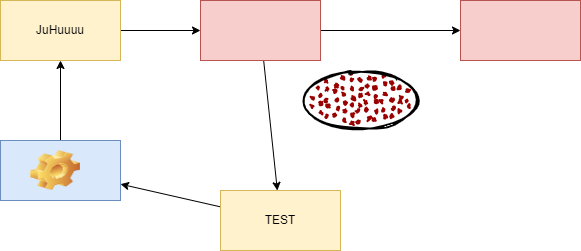
This is doc/images/overview.drawio.png from dama66/sw_developer_2023, a draw.io export, as it was before one commit. Source tidied: cells renumbered, new cells last; positions are measured from the earlier drawing's top-left corner, leaving out a move shared by most shapes.
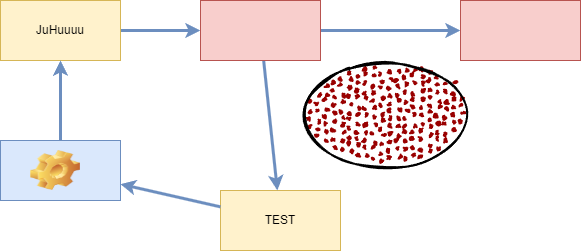
Later version of the same file.

The edit, as a diff of the source:
```diff
@@ -2,35 +2,35 @@
   <root>
     <mxCell id="0" />
     <mxCell id="1" parent="0" />
+    <mxCell id="8" value="TEST" style="whiteSpace=wrap;html=1;fillColor=#fff2cc;strokeColor=#d6b656;" parent="1" vertex="1">
+      <mxGeometry x="220" y="190" width="120" height="60" as="geometry" />
+    </mxCell>
-    <mxCell id="2" style="edgeStyle=none;html=1;" parent="1" edge="1" source="3" target="6">
+    <mxCell id="2" style="edgeStyle=none;html=1;strokeWidth=3;jumpSize=6;fillColor=#dae8fc;gradientColor=#7ea6e0;strokeColor=#6c8ebf;" parent="1" edge="1" source="3" target="6">
       <mxGeometry relative="1" as="geometry" />
     </mxCell>
     <mxCell id="3" value="JuHuuuu" style="whiteSpace=wrap;html=1;fillColor=#fff2cc;strokeColor=#d6b656;" parent="1" vertex="1">
       <mxGeometry width="120" height="60" as="geometry" />
     </mxCell>
-    <mxCell id="4" style="edgeStyle=none;html=1;" parent="1" edge="1" source="6" target="8">
+    <mxCell id="4" style="edgeStyle=none;html=1;strokeWidth=3;jumpSize=6;fillColor=#dae8fc;gradientColor=#7ea6e0;strokeColor=#6c8ebf;" parent="1" edge="1" source="6" target="8">
       <mxGeometry relative="1" as="geometry" />
     </mxCell>
-    <mxCell id="5" style="edgeStyle=none;html=1;" parent="1" edge="1" source="6" target="13">
+    <mxCell id="5" style="edgeStyle=none;html=1;strokeWidth=3;jumpSize=6;fillColor=#dae8fc;gradientColor=#7ea6e0;strokeColor=#6c8ebf;" parent="1" edge="1" source="6" target="13">
       <mxGeometry relative="1" as="geometry" />
     </mxCell>
     <mxCell id="6" style="whiteSpace=wrap;html=1;fillColor=#f8cecc;strokeColor=#b85450;" parent="1" vertex="1">
       <mxGeometry x="200" width="120" height="60" as="geometry" />
     </mxCell>
-    <mxCell id="7" style="edgeStyle=none;html=1;" parent="1" edge="1" source="8" target="10">
+    <mxCell id="7" style="edgeStyle=none;html=1;strokeWidth=3;jumpSize=6;fillColor=#dae8fc;gradientColor=#7ea6e0;strokeColor=#6c8ebf;" parent="1" edge="1" source="8" target="10">
       <mxGeometry relative="1" as="geometry" />
     </mxCell>
-    <mxCell id="8" value="TEST" style="whiteSpace=wrap;html=1;fillColor=#fff2cc;strokeColor=#d6b656;" parent="1" vertex="1">
-      <mxGeometry x="220" y="190" width="120" height="60" as="geometry" />
-    </mxCell>
-    <mxCell id="9" style="edgeStyle=none;html=1;" parent="1" edge="1" source="10" target="3">
+    <mxCell id="9" style="edgeStyle=none;html=1;strokeWidth=3;jumpSize=6;fillColor=#dae8fc;gradientColor=#7ea6e0;strokeColor=#6c8ebf;" parent="1" edge="1" source="10" target="3">
       <mxGeometry relative="1" as="geometry" />
     </mxCell>
     <mxCell id="10" style="whiteSpace=wrap;html=1;fillColor=#dae8fc;strokeColor=#6c8ebf;" parent="1" vertex="1">
       <mxGeometry y="140" width="120" height="60" as="geometry" />
     </mxCell>
     <mxCell id="11" style="ellipse;whiteSpace=wrap;html=1;strokeWidth=2;fillWeight=2;hachureGap=8;fillColor=#990000;fillStyle=dots;sketch=1;" parent="1" vertex="1">
-      <mxGeometry x="300" y="70" width="120" height="60" as="geometry" />
+      <mxGeometry x="300" y="60" width="170" height="110" as="geometry" />
     </mxCell>
     <mxCell id="12" style="shape=image;html=1;verticalLabelPosition=bottom;verticalAlign=top;imageAspect=0;image=img/clipart/Gear_128x128.png;" parent="1" vertex="1">
       <mxGeometry x="30" y="150" width="50" height="40" as="geometry" />
```
